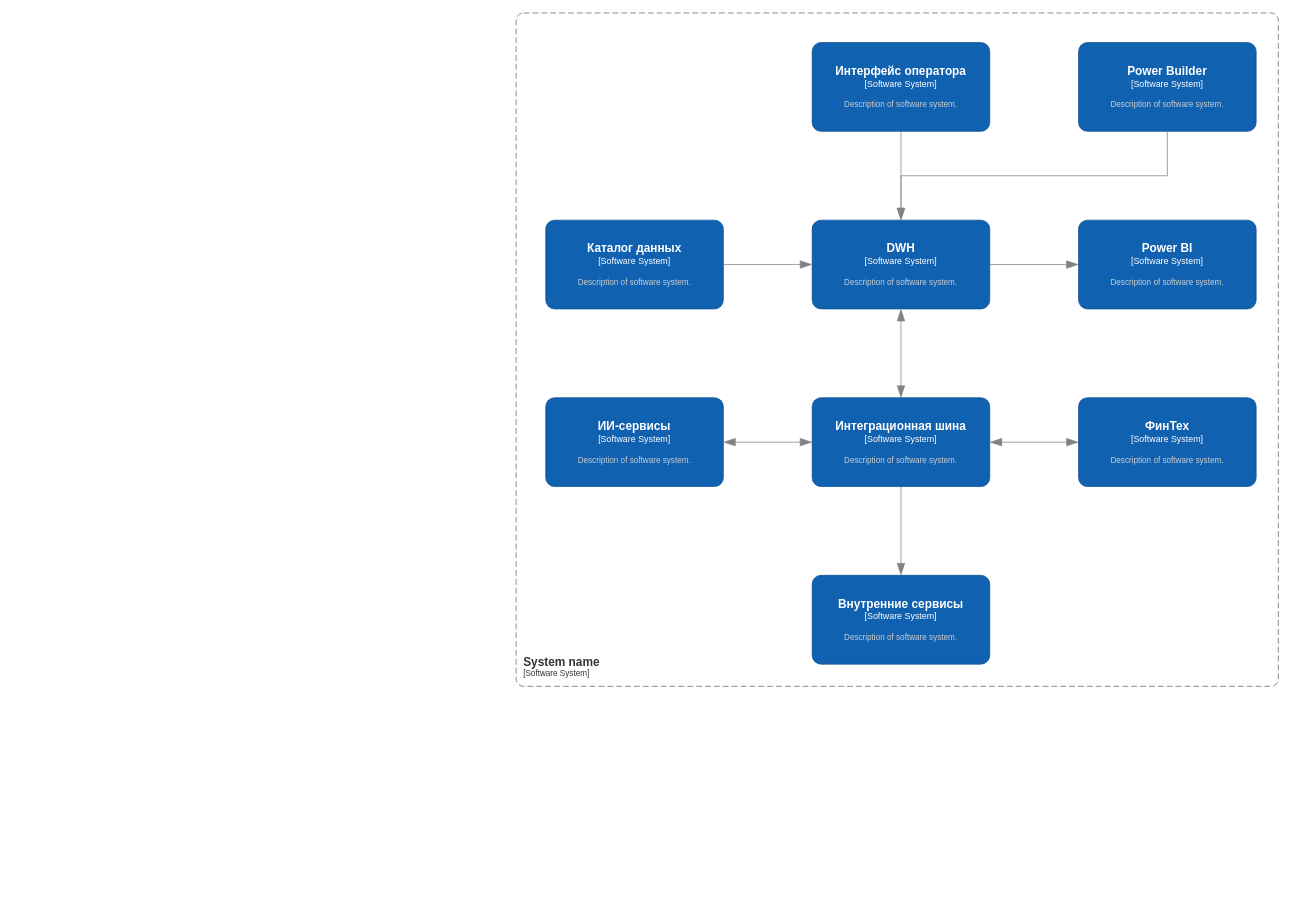
d-dmitriev/architecture-sprint-11 keeps this draw.io diagram as Exc1/с4-containers.drawio. Above is the earlier version. Source tidied: cells renumbered, new cells numbered last; positions are measured from the earlier drawing's top-left corner, leaving out a move shared by most shapes. Both pictures are drawn from the tidied source at 74%, with x=0, y=0 at pixel (516, 13).
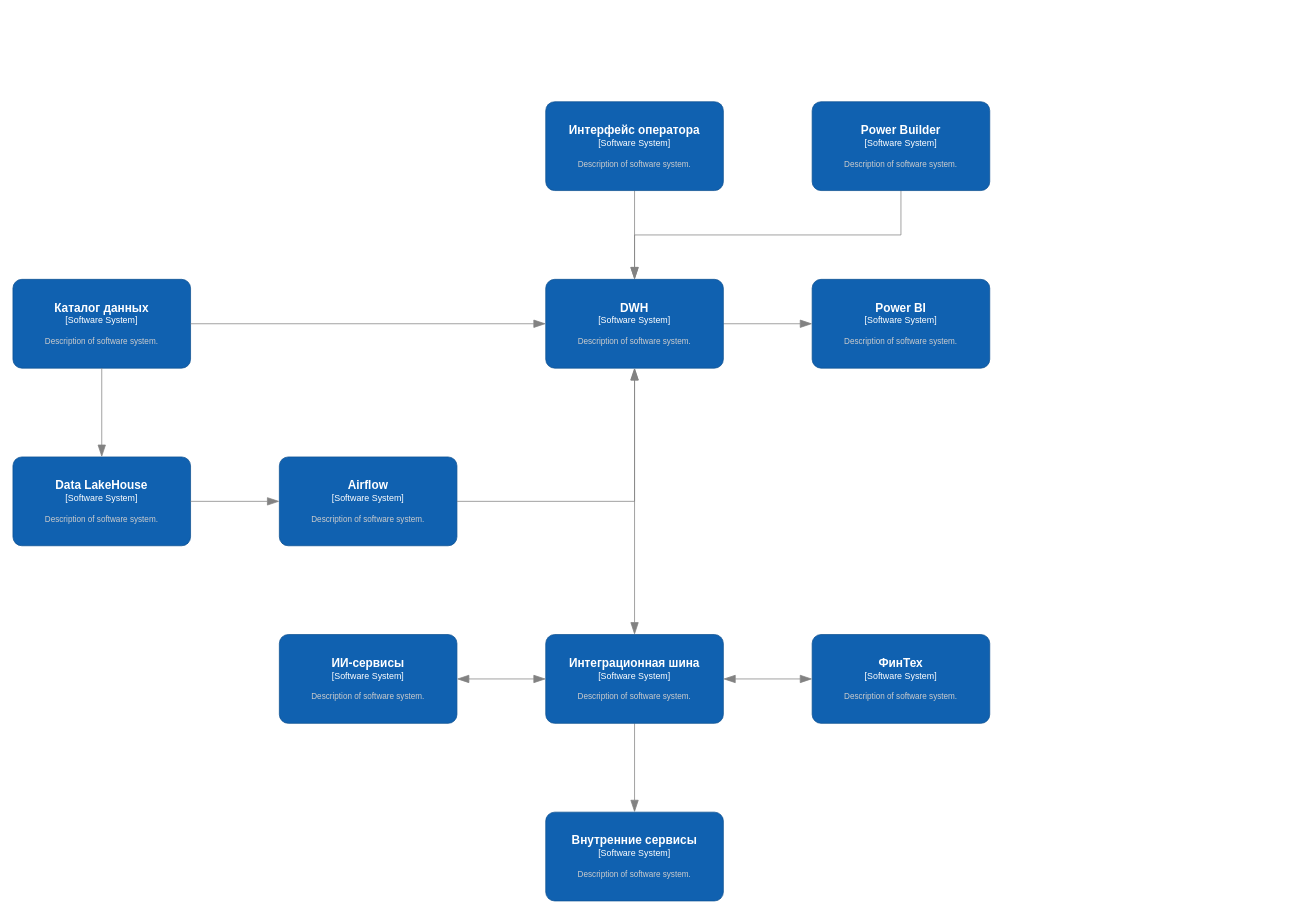
The same page after the edit.

The edit, as a diff of the source:
```diff
@@
     <object id="9" label="&lt;font style=&quot;font-size: 16px&quot;&gt;&lt;b&gt;%c4Name%&lt;/b&gt;&lt;/font&gt;&lt;div&gt;[%c4Type%]&lt;/div&gt;&lt;br&gt;&lt;div&gt;&lt;font style=&quot;font-size: 11px&quot;&gt;&lt;font color=&quot;#cccccc&quot;&gt;%c4Description%&lt;/font&gt;&lt;/div&gt;" c4Description="Description of software system." c4Name="Интерфейс оператора" c4Type="Software System" placeholders="1">
       <mxCell style="rounded=1;whiteSpace=wrap;html=1;labelBackgroundColor=none;fillColor=#1061B0;fontColor=#ffffff;align=center;arcSize=10;strokeColor=#0D5091;points=[[0.25,0,0],[0.5,0,0],[0.75,0,0],[1,0.25,0],[1,0.5,0],[1,0.75,0],[0.75,1,0],[0.5,1,0],[0.25,1,0],[0,0.75,0],[0,0.5,0],[0,0.25,0]];" parent="1" vertex="1">
-        <mxGeometry x="400" y="40" width="240" height="120" as="geometry" />
+        <mxGeometry x="40" y="120" width="240" height="120" as="geometry" />
       </mxCell>
     </object>
     <object id="10" label="&lt;font style=&quot;font-size: 16px&quot;&gt;&lt;b&gt;%c4Name%&lt;/b&gt;&lt;/font&gt;&lt;div&gt;[%c4Type%]&lt;/div&gt;&lt;br&gt;&lt;div&gt;&lt;font style=&quot;font-size: 11px&quot;&gt;&lt;font color=&quot;#cccccc&quot;&gt;%c4Description%&lt;/font&gt;&lt;/div&gt;" c4Description="Description of software system." c4Name="Power Builder" c4Type="Software System" placeholders="1">
       <mxCell style="rounded=1;whiteSpace=wrap;html=1;labelBackgroundColor=none;fillColor=#1061B0;fontColor=#ffffff;align=center;arcSize=10;strokeColor=#0D5091;points=[[0.25,0,0],[0.5,0,0],[0.75,0,0],[1,0.25,0],[1,0.5,0],[1,0.75,0],[0.75,1,0],[0.5,1,0],[0.25,1,0],[0,0.75,0],[0,0.5,0],[0,0.25,0]];" parent="1" vertex="1">
-        <mxGeometry x="760" y="40" width="240" height="120" as="geometry" />
+        <mxGeometry x="400" y="120" width="240" height="120" as="geometry" />
       </mxCell>
     </object>
     <object id="11" label="&lt;font style=&quot;font-size: 16px&quot;&gt;&lt;b&gt;%c4Name%&lt;/b&gt;&lt;/font&gt;&lt;div&gt;[%c4Type%]&lt;/div&gt;&lt;br&gt;&lt;div&gt;&lt;font style=&quot;font-size: 11px&quot;&gt;&lt;font color=&quot;#cccccc&quot;&gt;%c4Description%&lt;/font&gt;&lt;/div&gt;" c4Description="Description of software system." c4Name="DWH" c4Type="Software System" placeholders="1">
       <mxCell style="rounded=1;whiteSpace=wrap;html=1;labelBackgroundColor=none;fillColor=#1061B0;fontColor=#ffffff;align=center;arcSize=10;strokeColor=#0D5091;points=[[0.25,0,0],[0.5,0,0],[0.75,0,0],[1,0.25,0],[1,0.5,0],[1,0.75,0],[0.75,1,0],[0.5,1,0],[0.25,1,0],[0,0.75,0],[0,0.5,0],[0,0.25,0]];" parent="1" vertex="1">
-        <mxGeometry x="400" y="280" width="240" height="120" as="geometry" />
+        <mxGeometry x="40" y="360" width="240" height="120" as="geometry" />
       </mxCell>
     </object>
     <object id="12" label="&lt;font style=&quot;font-size: 16px&quot;&gt;&lt;b&gt;%c4Name%&lt;/b&gt;&lt;/font&gt;&lt;div&gt;[%c4Type%]&lt;/div&gt;&lt;br&gt;&lt;div&gt;&lt;font style=&quot;font-size: 11px&quot;&gt;&lt;font color=&quot;#cccccc&quot;&gt;%c4Description%&lt;/font&gt;&lt;/div&gt;" c4Description="Description of software system." c4Name="Power BI" c4Type="Software System" placeholders="1">
       <mxCell style="rounded=1;whiteSpace=wrap;html=1;labelBackgroundColor=none;fillColor=#1061B0;fontColor=#ffffff;align=center;arcSize=10;strokeColor=#0D5091;points=[[0.25,0,0],[0.5,0,0],[0.75,0,0],[1,0.25,0],[1,0.5,0],[1,0.75,0],[0.75,1,0],[0.5,1,0],[0.25,1,0],[0,0.75,0],[0,0.5,0],[0,0.25,0]];" parent="1" vertex="1">
-        <mxGeometry x="760" y="280" width="240" height="120" as="geometry" />
+        <mxGeometry x="400" y="360" width="240" height="120" as="geometry" />
       </mxCell>
     </object>
     <object id="13" label="&lt;font style=&quot;font-size: 16px&quot;&gt;&lt;b&gt;%c4Name%&lt;/b&gt;&lt;/font&gt;&lt;div&gt;[%c4Type%]&lt;/div&gt;&lt;br&gt;&lt;div&gt;&lt;font style=&quot;font-size: 11px&quot;&gt;&lt;font color=&quot;#cccccc&quot;&gt;%c4Description%&lt;/font&gt;&lt;/div&gt;" c4Description="Description of software system." c4Name="ИИ-сервисы" c4Type="Software System" placeholders="1">
       <mxCell style="rounded=1;whiteSpace=wrap;html=1;labelBackgroundColor=none;fillColor=#1061B0;fontColor=#ffffff;align=center;arcSize=10;strokeColor=#0D5091;points=[[0.25,0,0],[0.5,0,0],[0.75,0,0],[1,0.25,0],[1,0.5,0],[1,0.75,0],[0.75,1,0],[0.5,1,0],[0.25,1,0],[0,0.75,0],[0,0.5,0],[0,0.25,0]];" parent="1" vertex="1">
-        <mxGeometry x="40" y="520" width="240" height="120" as="geometry" />
+        <mxGeometry x="-320" y="840" width="240" height="120" as="geometry" />
       </mxCell>
     </object>
     <object id="14" label="&lt;font style=&quot;font-size: 16px&quot;&gt;&lt;b&gt;%c4Name%&lt;/b&gt;&lt;/font&gt;&lt;div&gt;[%c4Type%]&lt;/div&gt;&lt;br&gt;&lt;div&gt;&lt;font style=&quot;font-size: 11px&quot;&gt;&lt;font color=&quot;#cccccc&quot;&gt;%c4Description%&lt;/font&gt;&lt;/div&gt;" c4Description="Description of software system." c4Name="Интеграционная шина" c4Type="Software System" placeholders="1">
       <mxCell style="rounded=1;whiteSpace=wrap;html=1;labelBackgroundColor=none;fillColor=#1061B0;fontColor=#ffffff;align=center;arcSize=10;strokeColor=#0D5091;points=[[0.25,0,0],[0.5,0,0],[0.75,0,0],[1,0.25,0],[1,0.5,0],[1,0.75,0],[0.75,1,0],[0.5,1,0],[0.25,1,0],[0,0.75,0],[0,0.5,0],[0,0.25,0]];" parent="1" vertex="1">
-        <mxGeometry x="400" y="520" width="240" height="120" as="geometry" />
+        <mxGeometry x="40" y="840" width="240" height="120" as="geometry" />
       </mxCell>
     </object>
     <object id="15" label="&lt;font style=&quot;font-size: 16px&quot;&gt;&lt;b&gt;%c4Name%&lt;/b&gt;&lt;/font&gt;&lt;div&gt;[%c4Type%]&lt;/div&gt;&lt;br&gt;&lt;div&gt;&lt;font style=&quot;font-size: 11px&quot;&gt;&lt;font color=&quot;#cccccc&quot;&gt;%c4Description%&lt;/font&gt;&lt;/div&gt;" c4Description="Description of software system." c4Name="ФинТех" c4Type="Software System" placeholders="1">
       <mxCell style="rounded=1;whiteSpace=wrap;html=1;labelBackgroundColor=none;fillColor=#1061B0;fontColor=#ffffff;align=center;arcSize=10;strokeColor=#0D5091;points=[[0.25,0,0],[0.5,0,0],[0.75,0,0],[1,0.25,0],[1,0.5,0],[1,0.75,0],[0.75,1,0],[0.5,1,0],[0.25,1,0],[0,0.75,0],[0,0.5,0],[0,0.25,0]];" parent="1" vertex="1">
-        <mxGeometry x="760" y="520" width="240" height="120" as="geometry" />
+        <mxGeometry x="400" y="840" width="240" height="120" as="geometry" />
       </mxCell>
     </object>
-    <object id="16" label="&lt;font style=&quot;font-size: 16px&quot;&gt;&lt;b&gt;&lt;div style=&quot;text-align: left&quot;&gt;%c4Name%&lt;/div&gt;&lt;/b&gt;&lt;/font&gt;&lt;div style=&quot;text-align: left&quot;&gt;[%c4Application%]&lt;/div&gt;" c4Application="Software System" c4Name="System name" placeholders="1">
-      <mxCell style="rounded=1;fontSize=11;whiteSpace=wrap;html=1;dashed=1;arcSize=20;fillColor=none;strokeColor=#666666;fontColor=#333333;labelBackgroundColor=none;align=left;verticalAlign=bottom;labelBorderColor=none;spacingTop=0;spacing=10;dashPattern=8 4;perimeter=rectanglePerimeter;noLabel=0;labelPadding=0;absoluteArcSize=1;" parent="1" vertex="1">
-        <mxGeometry width="1030" height="910" as="geometry" />
-      </mxCell>
-    </object>
     <object id="17" label="&lt;font style=&quot;font-size: 16px&quot;&gt;&lt;b&gt;%c4Name%&lt;/b&gt;&lt;/font&gt;&lt;div&gt;[%c4Type%]&lt;/div&gt;&lt;br&gt;&lt;div&gt;&lt;font style=&quot;font-size: 11px&quot;&gt;&lt;font color=&quot;#cccccc&quot;&gt;%c4Description%&lt;/font&gt;&lt;/div&gt;" c4Description="Description of software system." c4Name="Внутренние сервисы" c4Type="Software System" placeholders="1">
       <mxCell style="rounded=1;whiteSpace=wrap;html=1;labelBackgroundColor=none;fillColor=#1061B0;fontColor=#ffffff;align=center;arcSize=10;strokeColor=#0D5091;points=[[0.25,0,0],[0.5,0,0],[0.75,0,0],[1,0.25,0],[1,0.5,0],[1,0.75,0],[0.75,1,0],[0.5,1,0],[0.25,1,0],[0,0.75,0],[0,0.5,0],[0,0.25,0]];" parent="1" vertex="1">
-        <mxGeometry x="400" y="760" width="240" height="120" as="geometry" />
+        <mxGeometry x="40" y="1080" width="240" height="120" as="geometry" />
       </mxCell>
     </object>
     <object id="18" label="&lt;font style=&quot;font-size: 16px&quot;&gt;&lt;b&gt;%c4Name%&lt;/b&gt;&lt;/font&gt;&lt;div&gt;[%c4Type%]&lt;/div&gt;&lt;br&gt;&lt;div&gt;&lt;font style=&quot;font-size: 11px&quot;&gt;&lt;font color=&quot;#cccccc&quot;&gt;%c4Description%&lt;/font&gt;&lt;/div&gt;" c4Description="Description of software system." c4Name="Каталог данных" c4Type="Software System" placeholders="1">
       <mxCell style="rounded=1;whiteSpace=wrap;html=1;labelBackgroundColor=none;fillColor=#1061B0;fontColor=#ffffff;align=center;arcSize=10;strokeColor=#0D5091;points=[[0.25,0,0],[0.5,0,0],[0.75,0,0],[1,0.25,0],[1,0.5,0],[1,0.75,0],[0.75,1,0],[0.5,1,0],[0.25,1,0],[0,0.75,0],[0,0.5,0],[0,0.25,0]];" parent="1" vertex="1">
-        <mxGeometry x="40" y="280" width="240" height="120" as="geometry" />
+        <mxGeometry x="-680" y="360" width="240" height="120" as="geometry" />
       </mxCell>
     </object>
@@
+    <object id="20" label="&lt;font style=&quot;font-size: 16px&quot;&gt;&lt;b&gt;%c4Name%&lt;/b&gt;&lt;/font&gt;&lt;div&gt;[%c4Type%]&lt;/div&gt;&lt;br&gt;&lt;div&gt;&lt;font style=&quot;font-size: 11px&quot;&gt;&lt;font color=&quot;#cccccc&quot;&gt;%c4Description%&lt;/font&gt;&lt;/div&gt;" c4Description="Description of software system." c4Name="Data LakeHouse" c4Type="Software System" placeholders="1">
+      <mxCell style="rounded=1;whiteSpace=wrap;html=1;labelBackgroundColor=none;fillColor=#1061B0;fontColor=#ffffff;align=center;arcSize=10;strokeColor=#0D5091;points=[[0.25,0,0],[0.5,0,0],[0.75,0,0],[1,0.25,0],[1,0.5,0],[1,0.75,0],[0.75,1,0],[0.5,1,0],[0.25,1,0],[0,0.75,0],[0,0.5,0],[0,0.25,0]];" parent="1" vertex="1">
+        <mxGeometry x="-680" y="600" width="240" height="120" as="geometry" />
+      </mxCell>
+    </object>
+    <object id="21" label="&lt;font style=&quot;font-size: 16px&quot;&gt;&lt;b&gt;%c4Name%&lt;/b&gt;&lt;/font&gt;&lt;div&gt;[%c4Type%]&lt;/div&gt;&lt;br&gt;&lt;div&gt;&lt;font style=&quot;font-size: 11px&quot;&gt;&lt;font color=&quot;#cccccc&quot;&gt;%c4Description%&lt;/font&gt;&lt;/div&gt;" c4Description="Description of software system." c4Name="Airflow" c4Type="Software System" placeholders="1">
+      <mxCell style="rounded=1;whiteSpace=wrap;html=1;labelBackgroundColor=none;fillColor=#1061B0;fontColor=#ffffff;align=center;arcSize=10;strokeColor=#0D5091;points=[[0.25,0,0],[0.5,0,0],[0.75,0,0],[1,0.25,0],[1,0.5,0],[1,0.75,0],[0.75,1,0],[0.5,1,0],[0.25,1,0],[0,0.75,0],[0,0.5,0],[0,0.25,0]];" parent="1" vertex="1">
+        <mxGeometry x="-320" y="600" width="240" height="120" as="geometry" />
+      </mxCell>
+    </object>
+    <mxCell id="22" style="endArrow=blockThin;html=1;fontSize=10;fontColor=#404040;strokeWidth=1;endFill=1;strokeColor=#828282;elbow=vertical;endSize=14;startSize=14;jumpStyle=arc;jumpSize=16;rounded=0;edgeStyle=orthogonalEdgeStyle;exitX=1;exitY=0.5;exitDx=0;exitDy=0;exitPerimeter=0;entryX=0;entryY=0.5;entryDx=0;entryDy=0;entryPerimeter=0;" parent="1" edge="1" source="20" target="21">
+      <mxGeometry relative="1" as="geometry" />
+    </mxCell>
+    <mxCell id="23" style="endArrow=blockThin;html=1;fontSize=10;fontColor=#404040;strokeWidth=1;endFill=1;strokeColor=#828282;elbow=vertical;endSize=14;startSize=14;jumpStyle=arc;jumpSize=16;rounded=0;edgeStyle=orthogonalEdgeStyle;exitX=0.5;exitY=1;exitDx=0;exitDy=0;exitPerimeter=0;entryX=0.5;entryY=0;entryDx=0;entryDy=0;entryPerimeter=0;" parent="1" edge="1" source="18" target="20">
+      <mxGeometry relative="1" as="geometry" />
+    </mxCell>
+    <mxCell id="24" style="endArrow=blockThin;html=1;fontSize=10;fontColor=#404040;strokeWidth=1;endFill=1;strokeColor=#828282;elbow=vertical;endSize=14;startSize=14;jumpStyle=arc;jumpSize=16;rounded=0;edgeStyle=orthogonalEdgeStyle;exitX=1;exitY=0.5;exitDx=0;exitDy=0;exitPerimeter=0;entryX=0.5;entryY=1;entryDx=0;entryDy=0;entryPerimeter=0;" parent="1" edge="1" source="21" target="11">
+      <mxGeometry relative="1" as="geometry">
+        <Array as="points">
+          <mxPoint x="160" y="660" />
+        </Array>
+      </mxGeometry>
+    </mxCell>
```
